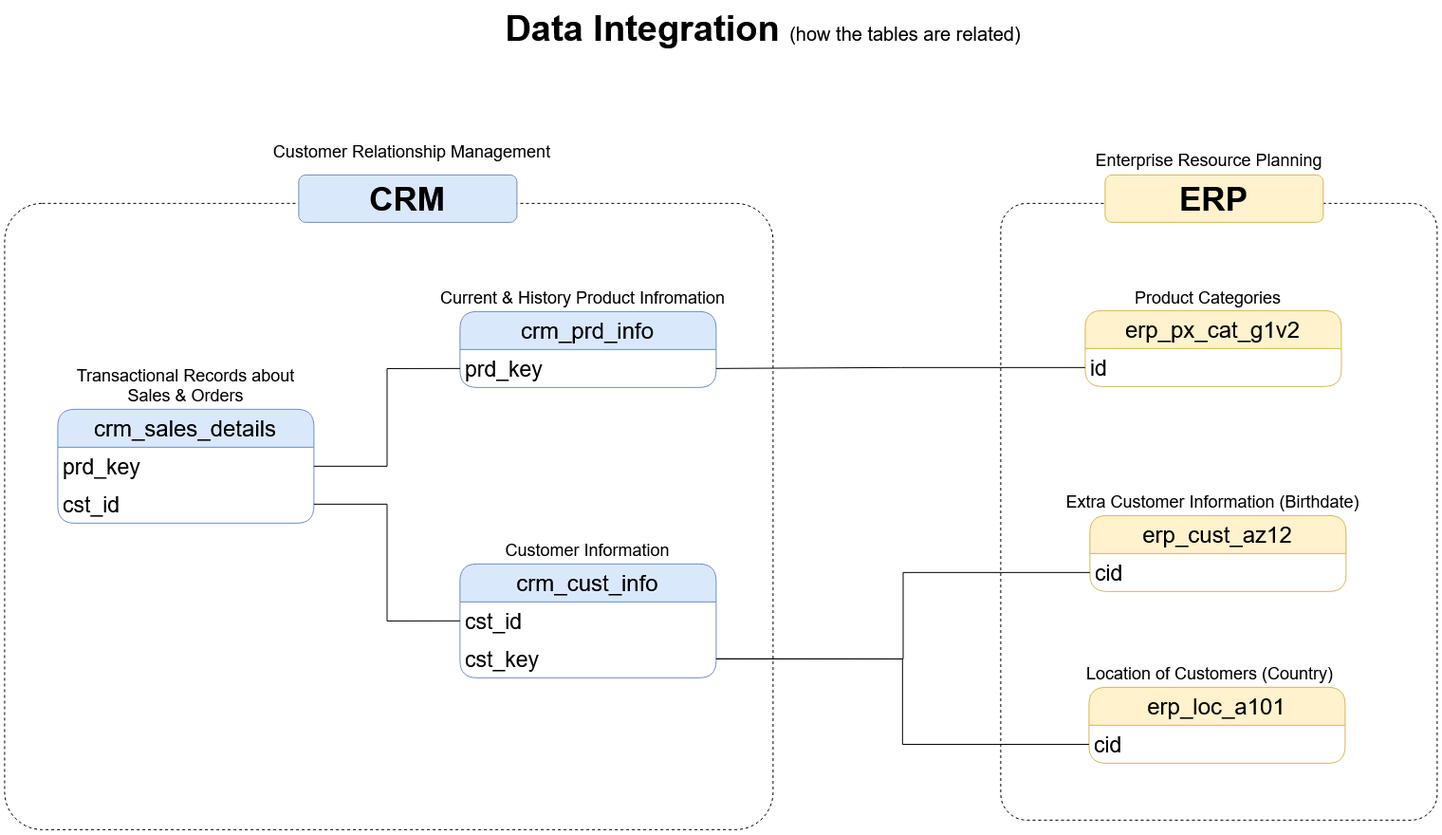
Above: docs/4.data_integration.drawio.png in Dina-Sameh/sql-data-warehouse-project (draw.io), before the change. Source tidied: cells renumbered, new cells last; positions are measured from the earlier drawing's top-left corner, leaving out a move shared by most shapes.
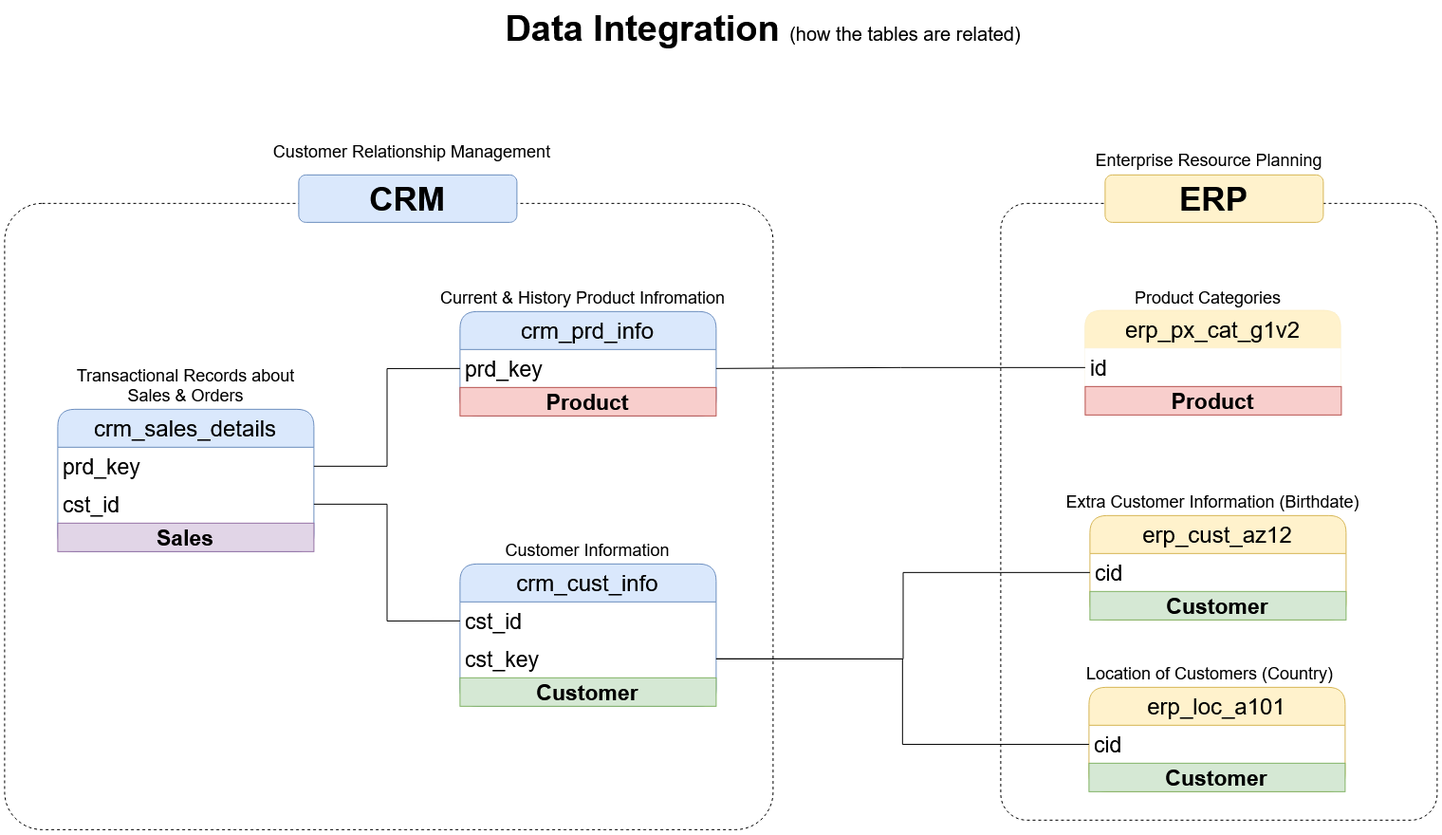
The same diagram one commit later.

Commit message:
Adding objects to data_integration diagram

Change to the diagram source:
```diff
@@ -9,7 +9,7 @@
       <mxGeometry x="1050" y="210" width="460" height="650" as="geometry" />
     </mxCell>
     <mxCell id="4" value="crm_cust_info" style="swimlane;fontStyle=0;horizontal=1;startSize=40;whiteSpace=wrap;html=1;rounded=1;fillColor=#dae8fc;strokeColor=#6c8ebf;fontSize=24;" parent="1" vertex="1">
-      <mxGeometry x="480" y="590" width="270" height="120" as="geometry" />
+      <mxGeometry x="480" y="590" width="270" height="150" as="geometry" />
     </mxCell>
     <mxCell id="5" value="cst_id" style="text;strokeColor=none;fillColor=none;align=left;verticalAlign=middle;spacingLeft=4;spacingRight=4;overflow=hidden;points=[[0,0.5],[1,0.5]];portConstraint=eastwest;whiteSpace=wrap;html=1;fontSize=23;" parent="4" vertex="1">
       <mxGeometry y="40" width="270" height="40" as="geometry" />
@@ -17,20 +17,26 @@
     <mxCell id="6" value="cst_key" style="text;strokeColor=none;fillColor=none;align=left;verticalAlign=middle;spacingLeft=4;spacingRight=4;overflow=hidden;points=[[0,0.5],[1,0.5]];portConstraint=eastwest;whiteSpace=wrap;html=1;fontSize=23;" parent="4" vertex="1">
       <mxGeometry y="80" width="270" height="40" as="geometry" />
     </mxCell>
+    <mxCell id="34" value="&lt;font style=&quot;font-size: 23px;&quot;&gt;&lt;b&gt;Customer&lt;/b&gt;&lt;/font&gt;" style="rounded=0;whiteSpace=wrap;html=1;fillColor=#d5e8d4;strokeColor=#82b366;" parent="4" vertex="1">
+      <mxGeometry y="120" width="270" height="30" as="geometry" />
+    </mxCell>
     <mxCell id="7" value="&lt;font style=&quot;font-size: 18px;&quot;&gt;Customer Information&lt;/font&gt;" style="text;html=1;strokeColor=none;fillColor=none;align=center;verticalAlign=middle;whiteSpace=wrap;rounded=0;fontSize=18;" parent="1" vertex="1">
       <mxGeometry x="485" y="560" width="260" height="30" as="geometry" />
     </mxCell>
     <mxCell id="8" value="crm_prd_info" style="swimlane;fontStyle=0;horizontal=1;startSize=40;whiteSpace=wrap;html=1;rounded=1;fillColor=#dae8fc;strokeColor=#6c8ebf;fontSize=24;" parent="1" vertex="1">
-      <mxGeometry x="480" y="324" width="270" height="80" as="geometry" />
+      <mxGeometry x="480" y="324" width="270" height="110" as="geometry" />
     </mxCell>
     <mxCell id="9" value="prd_key" style="text;strokeColor=none;fillColor=none;align=left;verticalAlign=middle;spacingLeft=4;spacingRight=4;overflow=hidden;points=[[0,0.5],[1,0.5]];portConstraint=eastwest;whiteSpace=wrap;html=1;fontSize=23;" parent="8" vertex="1">
       <mxGeometry y="40" width="270" height="40" as="geometry" />
     </mxCell>
+    <mxCell id="35" value="&lt;font style=&quot;font-size: 23px;&quot;&gt;&lt;b&gt;Product&lt;/b&gt;&lt;/font&gt;" style="rounded=0;whiteSpace=wrap;html=1;fillColor=#f8cecc;strokeColor=#b85450;" parent="8" vertex="1">
+      <mxGeometry y="80" width="270" height="30" as="geometry" />
+    </mxCell>
     <mxCell id="10" value="&lt;font style=&quot;font-size: 18px;&quot;&gt;Current &amp;amp; History Product Infromation&lt;/font&gt;" style="text;html=1;strokeColor=none;fillColor=none;align=center;verticalAlign=middle;whiteSpace=wrap;rounded=0;fontSize=18;" parent="1" vertex="1">
       <mxGeometry x="430" y="294" width="360" height="30" as="geometry" />
     </mxCell>
     <mxCell id="11" value="crm_sales_details" style="swimlane;fontStyle=0;horizontal=1;startSize=40;whiteSpace=wrap;html=1;rounded=1;fillColor=#dae8fc;strokeColor=#6c8ebf;fontSize=24;" parent="1" vertex="1">
-      <mxGeometry x="56" y="427" width="270" height="120" as="geometry" />
+      <mxGeometry x="56" y="427" width="270" height="150" as="geometry" />
     </mxCell>
     <mxCell id="12" value="prd_key" style="text;strokeColor=none;fillColor=none;align=left;verticalAlign=middle;spacingLeft=4;spacingRight=4;overflow=hidden;points=[[0,0.5],[1,0.5]];portConstraint=eastwest;whiteSpace=wrap;html=1;fontSize=23;" parent="11" vertex="1">
       <mxGeometry y="40" width="270" height="40" as="geometry" />
@@ -38,6 +44,9 @@
     <mxCell id="13" value="cst_id" style="text;strokeColor=none;fillColor=none;align=left;verticalAlign=middle;spacingLeft=4;spacingRight=4;overflow=hidden;points=[[0,0.5],[1,0.5]];portConstraint=eastwest;whiteSpace=wrap;html=1;fontSize=23;" parent="11" vertex="1">
       <mxGeometry y="80" width="270" height="40" as="geometry" />
     </mxCell>
+    <mxCell id="36" value="&lt;b&gt;&lt;font style=&quot;font-size: 23px;&quot;&gt;Sales&lt;/font&gt;&lt;/b&gt;" style="rounded=0;whiteSpace=wrap;html=1;fillColor=#e1d5e7;strokeColor=#9673a6;" parent="11" vertex="1">
+      <mxGeometry y="120" width="270" height="30" as="geometry" />
+    </mxCell>
     <mxCell id="14" value="&lt;font style=&quot;font-size: 18px;&quot;&gt;Transactional Records about Sales &amp;amp; Orders&lt;/font&gt;" style="text;html=1;strokeColor=none;fillColor=none;align=center;verticalAlign=middle;whiteSpace=wrap;rounded=0;fontSize=18;" parent="1" vertex="1">
       <mxGeometry x="58.5" y="387" width="265" height="30" as="geometry" />
     </mxCell>
@@ -48,29 +57,38 @@
       <mxGeometry relative="1" as="geometry" />
     </mxCell>
     <mxCell id="17" value="erp_cust_az12" style="swimlane;fontStyle=0;horizontal=1;startSize=40;whiteSpace=wrap;html=1;rounded=1;fillColor=#fff2cc;strokeColor=#d6b656;fontSize=24;" parent="1" vertex="1">
-      <mxGeometry x="1144" y="539" width="270" height="80" as="geometry" />
+      <mxGeometry x="1144" y="539" width="270" height="110" as="geometry" />
     </mxCell>
     <mxCell id="18" value="cid" style="text;strokeColor=none;fillColor=none;align=left;verticalAlign=middle;spacingLeft=4;spacingRight=4;overflow=hidden;points=[[0,0.5],[1,0.5]];portConstraint=eastwest;whiteSpace=wrap;html=1;fontSize=23;" parent="17" vertex="1">
       <mxGeometry y="40" width="270" height="40" as="geometry" />
     </mxCell>
+    <mxCell id="37" value="&lt;font style=&quot;font-size: 23px;&quot;&gt;&lt;b&gt;Customer&lt;/b&gt;&lt;/font&gt;" style="rounded=0;whiteSpace=wrap;html=1;fillColor=#d5e8d4;strokeColor=#82b366;" parent="17" vertex="1">
+      <mxGeometry y="80" width="270" height="30" as="geometry" />
+    </mxCell>
     <mxCell id="19" value="&lt;font style=&quot;font-size: 18px;&quot;&gt;Extra Customer Information (Birthdate)&lt;/font&gt;" style="text;html=1;strokeColor=none;fillColor=none;align=center;verticalAlign=middle;whiteSpace=wrap;rounded=0;fontSize=18;" parent="1" vertex="1">
       <mxGeometry x="1094" y="509" width="360" height="30" as="geometry" />
     </mxCell>
     <mxCell id="20" value="erp_loc_a101" style="swimlane;fontStyle=0;horizontal=1;startSize=40;whiteSpace=wrap;html=1;rounded=1;fillColor=#fff2cc;strokeColor=#d6b656;fontSize=24;" parent="1" vertex="1">
-      <mxGeometry x="1143" y="720" width="270" height="80" as="geometry" />
+      <mxGeometry x="1143" y="720" width="270" height="110" as="geometry" />
     </mxCell>
     <mxCell id="21" value="cid" style="text;strokeColor=none;fillColor=none;align=left;verticalAlign=middle;spacingLeft=4;spacingRight=4;overflow=hidden;points=[[0,0.5],[1,0.5]];portConstraint=eastwest;whiteSpace=wrap;html=1;fontSize=23;" parent="20" vertex="1">
       <mxGeometry y="40" width="270" height="40" as="geometry" />
     </mxCell>
+    <mxCell id="38" value="&lt;font style=&quot;font-size: 23px;&quot;&gt;&lt;b&gt;Customer&lt;/b&gt;&lt;/font&gt;" style="rounded=0;whiteSpace=wrap;html=1;fillColor=#d5e8d4;strokeColor=#82b366;" parent="20" vertex="1">
+      <mxGeometry y="80" width="270" height="30" as="geometry" />
+    </mxCell>
     <mxCell id="22" value="&lt;font style=&quot;font-size: 18px;&quot;&gt;Location of Customers (Country)&lt;/font&gt;" style="text;html=1;strokeColor=none;fillColor=none;align=center;verticalAlign=middle;whiteSpace=wrap;rounded=0;fontSize=18;" parent="1" vertex="1">
       <mxGeometry x="1091" y="690" width="360" height="30" as="geometry" />
     </mxCell>
-    <mxCell id="23" value="erp_px_cat_g1v2" style="swimlane;fontStyle=0;horizontal=1;startSize=40;whiteSpace=wrap;html=1;rounded=1;fillColor=#fff2cc;strokeColor=#d6b656;fontSize=24;" parent="1" vertex="1">
-      <mxGeometry x="1139" y="323" width="270" height="80" as="geometry" />
+    <mxCell id="23" value="erp_px_cat_g1v2" style="swimlane;fontStyle=0;horizontal=1;startSize=40;whiteSpace=wrap;html=1;rounded=1;fillColor=#fff2cc;strokeColor=#d6b656;fontSize=24;strokeWidth=0;" parent="1" vertex="1">
+      <mxGeometry x="1139" y="323" width="270" height="110" as="geometry" />
     </mxCell>
     <mxCell id="24" value="id" style="text;strokeColor=none;fillColor=none;align=left;verticalAlign=middle;spacingLeft=4;spacingRight=4;overflow=hidden;points=[[0,0.5],[1,0.5]];portConstraint=eastwest;whiteSpace=wrap;html=1;fontSize=23;" parent="23" vertex="1">
       <mxGeometry y="40" width="270" height="40" as="geometry" />
     </mxCell>
+    <mxCell id="39" value="&lt;font style=&quot;font-size: 23px;&quot;&gt;&lt;b&gt;Product&lt;/b&gt;&lt;/font&gt;" style="rounded=0;whiteSpace=wrap;html=1;fillColor=#f8cecc;strokeColor=#b85450;strokeWidth=1;imageHeight=24;" parent="23" vertex="1">
+      <mxGeometry y="80" width="270" height="30" as="geometry" />
+    </mxCell>
     <mxCell id="25" value="&lt;font style=&quot;font-size: 18px;&quot;&gt;Product Categories&lt;/font&gt;" style="text;html=1;strokeColor=none;fillColor=none;align=center;verticalAlign=middle;whiteSpace=wrap;rounded=0;fontSize=18;" parent="1" vertex="1">
       <mxGeometry x="1089" y="294" width="360" height="30" as="geometry" />
     </mxCell>
```
